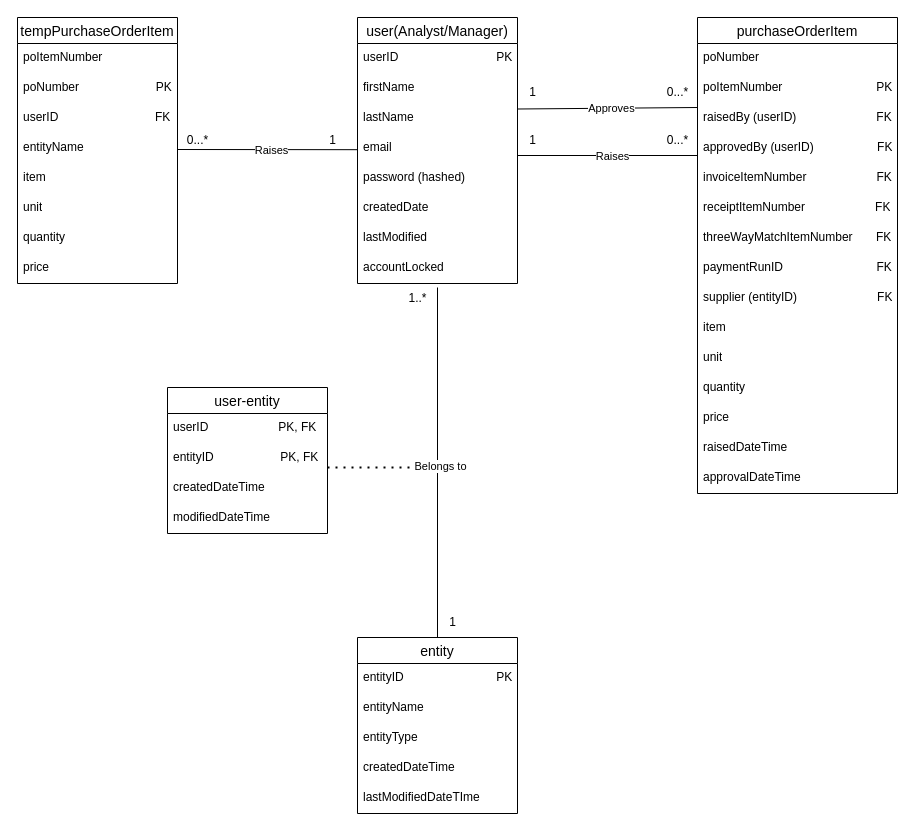
Earlier version of the draw.io diagram page "Database Design Diagram Purchase Orders" (4 of 11) of Web App Component Diagram.drawio (LouiGee/finalProjectBackEnd). Source tidied: cells renumbered, new cells numbered last; positions are measured from the earlier drawing's top-left corner, leaving out a move shared by most shapes. Both pictures are drawn from the tidied source at 100%, with x=0, y=0 at pixel (17, 17).
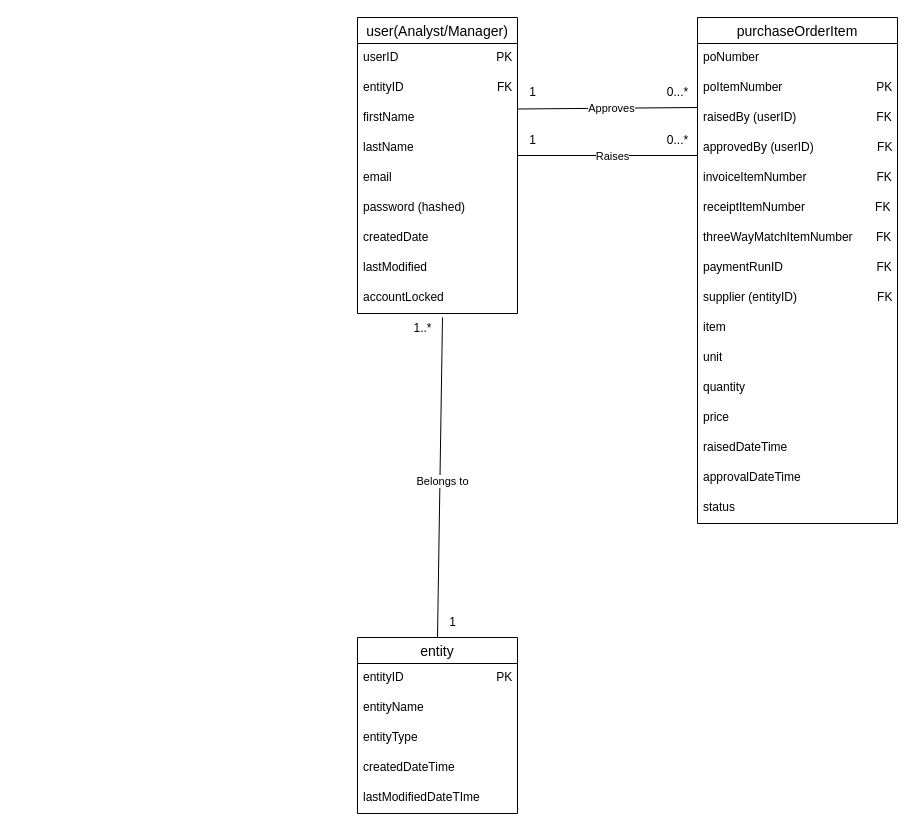
Above is the later version.

Commit message (it also covers changes not shown here):
Diagram changes and refactoring purchase order service

The change refers to these unchanged cells:
```xml
<mxCell id="48" value="entity" style="swimlane;fontStyle=0;horizontal=1;startSize=26;align=center;fontSize=14;" parent="1" vertex="1">
  <mxGeometry x="340" y="620" width="160" height="176" as="geometry" />
</mxCell>
```

The edit, as a diff of the source:
```diff
@@
     <mxCell id="2" value="user(Analyst/Manager)" style="swimlane;fontStyle=0;horizontal=1;startSize=26;align=center;fontSize=14;" parent="1" vertex="1">
-      <mxGeometry x="340" width="160" height="266" as="geometry" />
+      <mxGeometry x="340" width="160" height="296" as="geometry" />
     </mxCell>
@@
+    <mxCell id="64" value="entityID&amp;nbsp; &amp;nbsp; &amp;nbsp; &amp;nbsp; &amp;nbsp; &amp;nbsp; &amp;nbsp; &amp;nbsp; &amp;nbsp; &amp;nbsp; &amp;nbsp; &amp;nbsp; &amp;nbsp; &amp;nbsp; FK" style="text;strokeColor=none;fillColor=none;spacingLeft=4;spacingRight=4;overflow=hidden;fontSize=12;whiteSpace=wrap;html=1;" parent="2" vertex="1">
+      <mxGeometry y="56" width="160" height="30" as="geometry" />
+    </mxCell>
     <mxCell id="4" value="firstName" style="text;strokeColor=none;fillColor=none;spacingLeft=4;spacingRight=4;overflow=hidden;fontSize=12;whiteSpace=wrap;html=1;" parent="2" vertex="1">
-      <mxGeometry y="56" width="160" height="30" as="geometry" />
+      <mxGeometry y="86" width="160" height="30" as="geometry" />
     </mxCell>
     <mxCell id="5" value="lastName" style="text;strokeColor=none;fillColor=none;spacingLeft=4;spacingRight=4;overflow=hidden;fontSize=12;whiteSpace=wrap;html=1;" parent="2" vertex="1">
-      <mxGeometry y="86" width="160" height="30" as="geometry" />
+      <mxGeometry y="116" width="160" height="30" as="geometry" />
     </mxCell>
     <mxCell id="6" value="email" style="text;strokeColor=none;fillColor=none;spacingLeft=4;spacingRight=4;overflow=hidden;fontSize=12;whiteSpace=wrap;html=1;" parent="2" vertex="1">
-      <mxGeometry y="116" width="160" height="30" as="geometry" />
+      <mxGeometry y="146" width="160" height="30" as="geometry" />
     </mxCell>
     <mxCell id="7" value="password (hashed)" style="text;strokeColor=none;fillColor=none;spacingLeft=4;spacingRight=4;overflow=hidden;fontSize=12;whiteSpace=wrap;html=1;" parent="2" vertex="1">
-      <mxGeometry y="146" width="160" height="30" as="geometry" />
+      <mxGeometry y="176" width="160" height="30" as="geometry" />
     </mxCell>
     <mxCell id="8" value="createdDate" style="text;strokeColor=none;fillColor=none;spacingLeft=4;spacingRight=4;overflow=hidden;fontSize=12;whiteSpace=wrap;html=1;" parent="2" vertex="1">
-      <mxGeometry y="176" width="160" height="30" as="geometry" />
+      <mxGeometry y="206" width="160" height="30" as="geometry" />
     </mxCell>
     <mxCell id="9" value="lastModified" style="text;strokeColor=none;fillColor=none;spacingLeft=4;spacingRight=4;overflow=hidden;fontSize=12;whiteSpace=wrap;html=1;" parent="2" vertex="1">
-      <mxGeometry y="206" width="160" height="30" as="geometry" />
+      <mxGeometry y="236" width="160" height="30" as="geometry" />
     </mxCell>
     <mxCell id="10" value="accountLocked" style="text;strokeColor=none;fillColor=none;spacingLeft=4;spacingRight=4;overflow=hidden;points=[[0,0.5],[1,0.5]];portConstraint=eastwest;fontSize=12;whiteSpace=wrap;html=1;" parent="2" vertex="1">
-      <mxGeometry y="236" width="160" height="30" as="geometry" />
+      <mxGeometry y="266" width="160" height="30" as="geometry" />
     </mxCell>
@@
-    <mxCell id="13" value="tempPurchaseOrderItem" style="swimlane;fontStyle=0;horizontal=1;startSize=26;align=center;fontSize=14;" parent="1" vertex="1">
-      <mxGeometry width="160" height="266" as="geometry" />
-    </mxCell>
-    <mxCell id="14" value="poItemNumber&lt;span style=&quot;white-space: pre;&quot;&gt;&#9;&lt;/span&gt;&lt;span style=&quot;white-space: pre;&quot;&gt;&#9;&lt;/span&gt;" style="text;strokeColor=none;fillColor=none;spacingLeft=4;spacingRight=4;overflow=hidden;fontSize=12;whiteSpace=wrap;html=1;" parent="13" vertex="1">
-      <mxGeometry y="26" width="160" height="30" as="geometry" />
-    </mxCell>
-    <mxCell id="15" value="poNumber&amp;nbsp; &amp;nbsp; &amp;nbsp; &amp;nbsp; &amp;nbsp; &amp;nbsp; &amp;nbsp; &amp;nbsp; &amp;nbsp; &amp;nbsp; &amp;nbsp; &amp;nbsp;PK" style="text;strokeColor=none;fillColor=none;spacingLeft=4;spacingRight=4;overflow=hidden;fontSize=12;whiteSpace=wrap;html=1;" parent="13" vertex="1">
-      <mxGeometry y="56" width="160" height="30" as="geometry" />
-    </mxCell>
-    <mxCell id="16" value="userID&amp;nbsp; &amp;nbsp; &amp;nbsp; &amp;nbsp; &amp;nbsp; &amp;nbsp; &amp;nbsp; &amp;nbsp; &amp;nbsp; &amp;nbsp; &amp;nbsp; &amp;nbsp; &amp;nbsp; &amp;nbsp; &amp;nbsp;FK" style="text;strokeColor=none;fillColor=none;spacingLeft=4;spacingRight=4;overflow=hidden;fontSize=12;whiteSpace=wrap;html=1;" parent="13" vertex="1">
-      <mxGeometry y="86" width="160" height="30" as="geometry" />
-    </mxCell>
-    <mxCell id="17" value="entityName" style="text;strokeColor=none;fillColor=none;spacingLeft=4;spacingRight=4;overflow=hidden;fontSize=12;whiteSpace=wrap;html=1;" parent="13" vertex="1">
-      <mxGeometry y="116" width="160" height="30" as="geometry" />
-    </mxCell>
-    <mxCell id="18" value="item" style="text;strokeColor=none;fillColor=none;spacingLeft=4;spacingRight=4;overflow=hidden;fontSize=12;whiteSpace=wrap;html=1;" parent="13" vertex="1">
-      <mxGeometry y="146" width="160" height="30" as="geometry" />
-    </mxCell>
-    <mxCell id="19" value="unit" style="text;strokeColor=none;fillColor=none;spacingLeft=4;spacingRight=4;overflow=hidden;fontSize=12;whiteSpace=wrap;html=1;" parent="13" vertex="1">
-      <mxGeometry y="176" width="160" height="30" as="geometry" />
-    </mxCell>
-    <mxCell id="20" value="quantity" style="text;strokeColor=none;fillColor=none;spacingLeft=4;spacingRight=4;overflow=hidden;fontSize=12;whiteSpace=wrap;html=1;" parent="13" vertex="1">
-      <mxGeometry y="206" width="160" height="30" as="geometry" />
-    </mxCell>
-    <mxCell id="21" value="price" style="text;strokeColor=none;fillColor=none;spacingLeft=4;spacingRight=4;overflow=hidden;fontSize=12;whiteSpace=wrap;html=1;" parent="13" vertex="1">
-      <mxGeometry y="236" width="160" height="30" as="geometry" />
-    </mxCell>
-    <mxCell id="22" style="endArrow=none;html=1;rounded=0;" parent="1" edge="1">
-      <mxGeometry relative="1" as="geometry">
-        <mxPoint x="160" y="132" as="sourcePoint" />
-        <mxPoint x="340" y="132.2" as="targetPoint" />
-      </mxGeometry>
-    </mxCell>
-    <mxCell id="23" value="Raises" style="edgeLabel;html=1;align=center;verticalAlign=middle;" parent="22" vertex="1">
-      <mxGeometry x="0.04" relative="1" as="geometry" />
-    </mxCell>
     <mxCell id="24" value="purchaseOrderItem" style="swimlane;fontStyle=0;horizontal=1;startSize=26;align=center;fontSize=14;" parent="1" vertex="1">
-      <mxGeometry x="680" width="200" height="476" as="geometry" />
+      <mxGeometry x="680" width="200" height="506" as="geometry" />
     </mxCell>
@@
-    <mxCell id="40" value="0...*" style="text;html=1;align=center;verticalAlign=middle;strokeColor=none;fillColor=none;" parent="1" vertex="1">
-      <mxGeometry x="160" y="108" width="40" height="30" as="geometry" />
-    </mxCell>
-    <mxCell id="41" value="1" style="text;html=1;align=center;verticalAlign=middle;strokeColor=none;fillColor=none;" parent="1" vertex="1">
-      <mxGeometry x="300" y="108" width="30" height="30" as="geometry" />
-    </mxCell>
+    <mxCell id="65" value="status" style="text;strokeColor=none;fillColor=none;spacingLeft=4;spacingRight=4;overflow=hidden;fontSize=12;whiteSpace=wrap;html=1;" parent="24" vertex="1">
+      <mxGeometry y="476" width="200" height="30" as="geometry" />
+    </mxCell>
@@
-    <mxCell id="54" style="endArrow=none;dashed=1;html=1;dashPattern=1 3;strokeWidth=2;rounded=0;" parent="1" edge="1">
-      <mxGeometry relative="1" as="geometry">
-        <mxPoint x="400" y="450" as="sourcePoint" />
-        <mxPoint x="310" y="450" as="targetPoint" />
-      </mxGeometry>
-    </mxCell>
-    <mxCell id="55" value="user-entity" style="swimlane;fontStyle=0;horizontal=1;startSize=26;align=center;fontSize=14;" parent="1" vertex="1">
-      <mxGeometry x="150" y="370" width="160" height="146" as="geometry" />
-    </mxCell>
-    <mxCell id="56" value="userID&amp;nbsp; &amp;nbsp; &amp;nbsp; &amp;nbsp; &amp;nbsp; &amp;nbsp; &amp;nbsp; &amp;nbsp; &amp;nbsp; &amp;nbsp; &amp;nbsp;PK, FK" style="text;strokeColor=none;fillColor=none;spacingLeft=4;spacingRight=4;overflow=hidden;fontSize=12;whiteSpace=wrap;html=1;" parent="55" vertex="1">
-      <mxGeometry y="26" width="160" height="30" as="geometry" />
-    </mxCell>
-    <mxCell id="57" value="entityID&amp;nbsp; &amp;nbsp; &amp;nbsp; &amp;nbsp; &amp;nbsp; &amp;nbsp; &amp;nbsp; &amp;nbsp; &amp;nbsp; &amp;nbsp; PK, FK" style="text;strokeColor=none;fillColor=none;spacingLeft=4;spacingRight=4;overflow=hidden;fontSize=12;whiteSpace=wrap;html=1;" parent="55" vertex="1">
-      <mxGeometry y="56" width="160" height="30" as="geometry" />
-    </mxCell>
-    <mxCell id="58" value="createdDateTime" style="text;strokeColor=none;fillColor=none;spacingLeft=4;spacingRight=4;overflow=hidden;fontSize=12;whiteSpace=wrap;html=1;" parent="55" vertex="1">
-      <mxGeometry y="86" width="160" height="30" as="geometry" />
-    </mxCell>
-    <mxCell id="59" value="modifiedDateTime" style="text;strokeColor=none;fillColor=none;spacingLeft=4;spacingRight=4;overflow=hidden;fontSize=12;whiteSpace=wrap;html=1;" parent="55" vertex="1">
-      <mxGeometry y="116" width="160" height="30" as="geometry" />
-    </mxCell>
-    <mxCell id="60" style="endArrow=none;html=1;rounded=0;exitX=0.5;exitY=0;exitDx=0;exitDy=0;entryX=0.5;entryY=1.133;entryDx=0;entryDy=0;entryPerimeter=0;" parent="1" edge="1" source="48" target="10">
+    <mxCell id="60" style="endArrow=none;html=1;rounded=0;exitX=0.5;exitY=0;exitDx=0;exitDy=0;entryX=1;entryY=0.133;entryDx=0;entryDy=0;entryPerimeter=0;" parent="1" edge="1" source="48" target="62">
       <mxGeometry relative="1" as="geometry" />
     </mxCell>
@@
+    <mxCell id="63" value="1" style="text;html=1;align=center;verticalAlign=middle;strokeColor=none;fillColor=none;" parent="1" vertex="1">
+      <mxGeometry x="420" y="590" width="30" height="30" as="geometry" />
+    </mxCell>
     <mxCell id="62" value="1..*" style="text;html=1;align=center;verticalAlign=middle;points=[];strokeColor=none;fillColor=none;" parent="1" vertex="1">
-      <mxGeometry x="380" y="266" width="40" height="30" as="geometry" />
+      <mxGeometry x="385" y="296" width="40" height="30" as="geometry" />
     </mxCell>
-    <mxCell id="63" value="1" style="text;html=1;align=center;verticalAlign=middle;strokeColor=none;fillColor=none;" parent="1" vertex="1">
-      <mxGeometry x="420" y="590" width="30" height="30" as="geometry" />
-    </mxCell>
```
